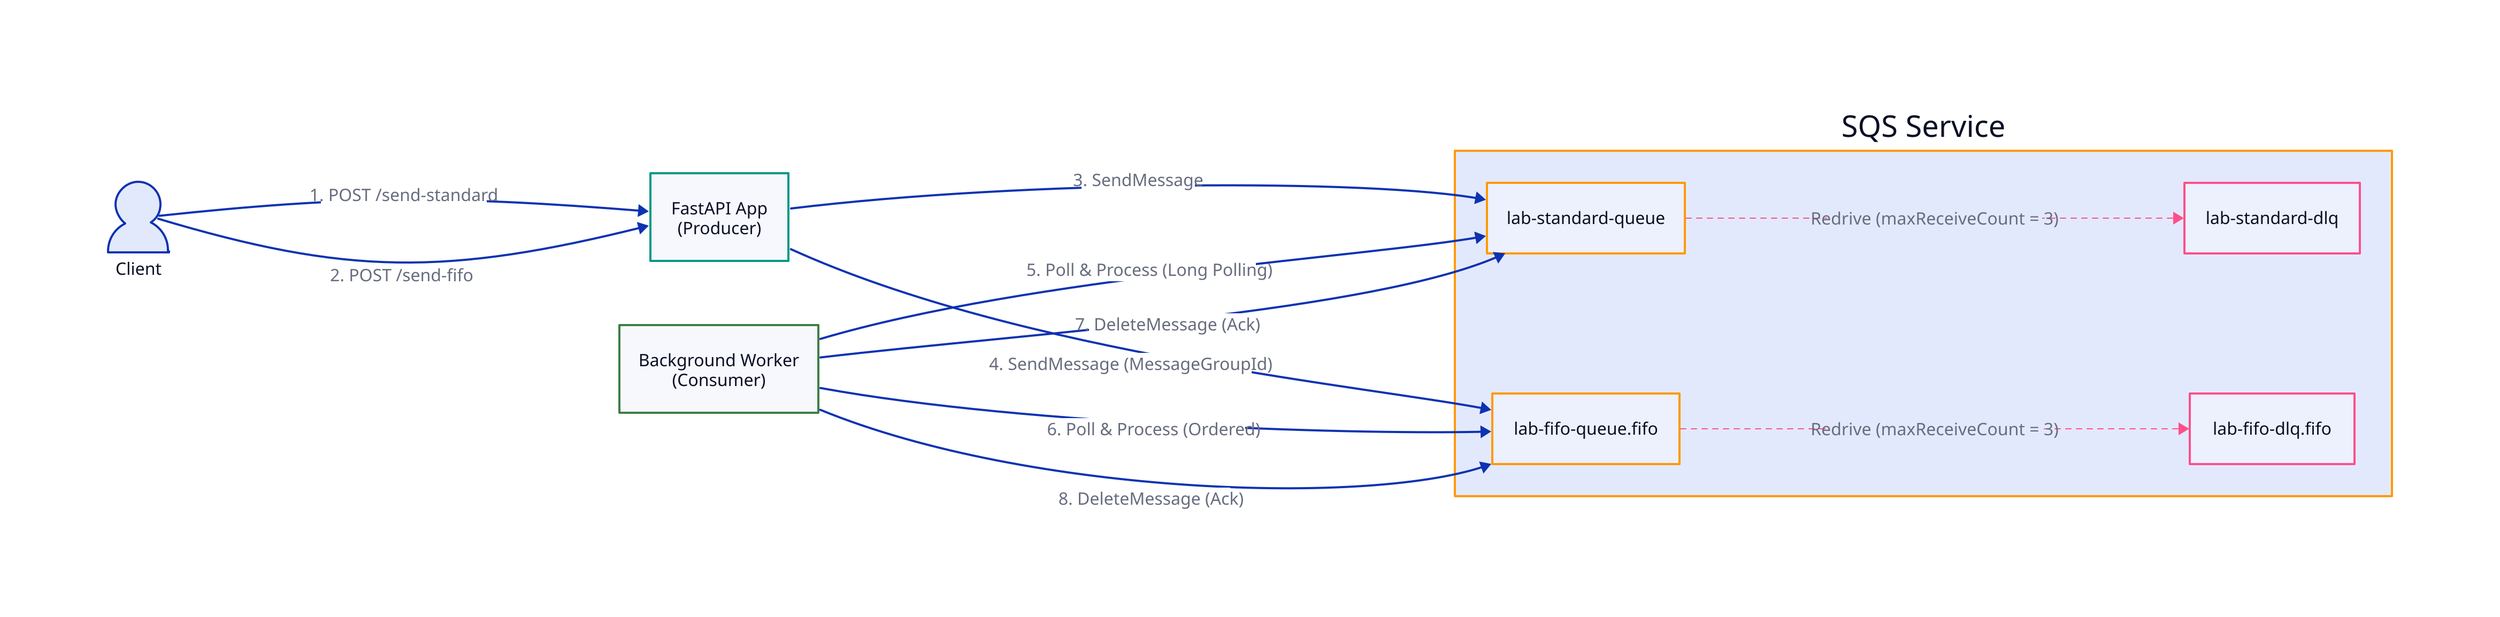
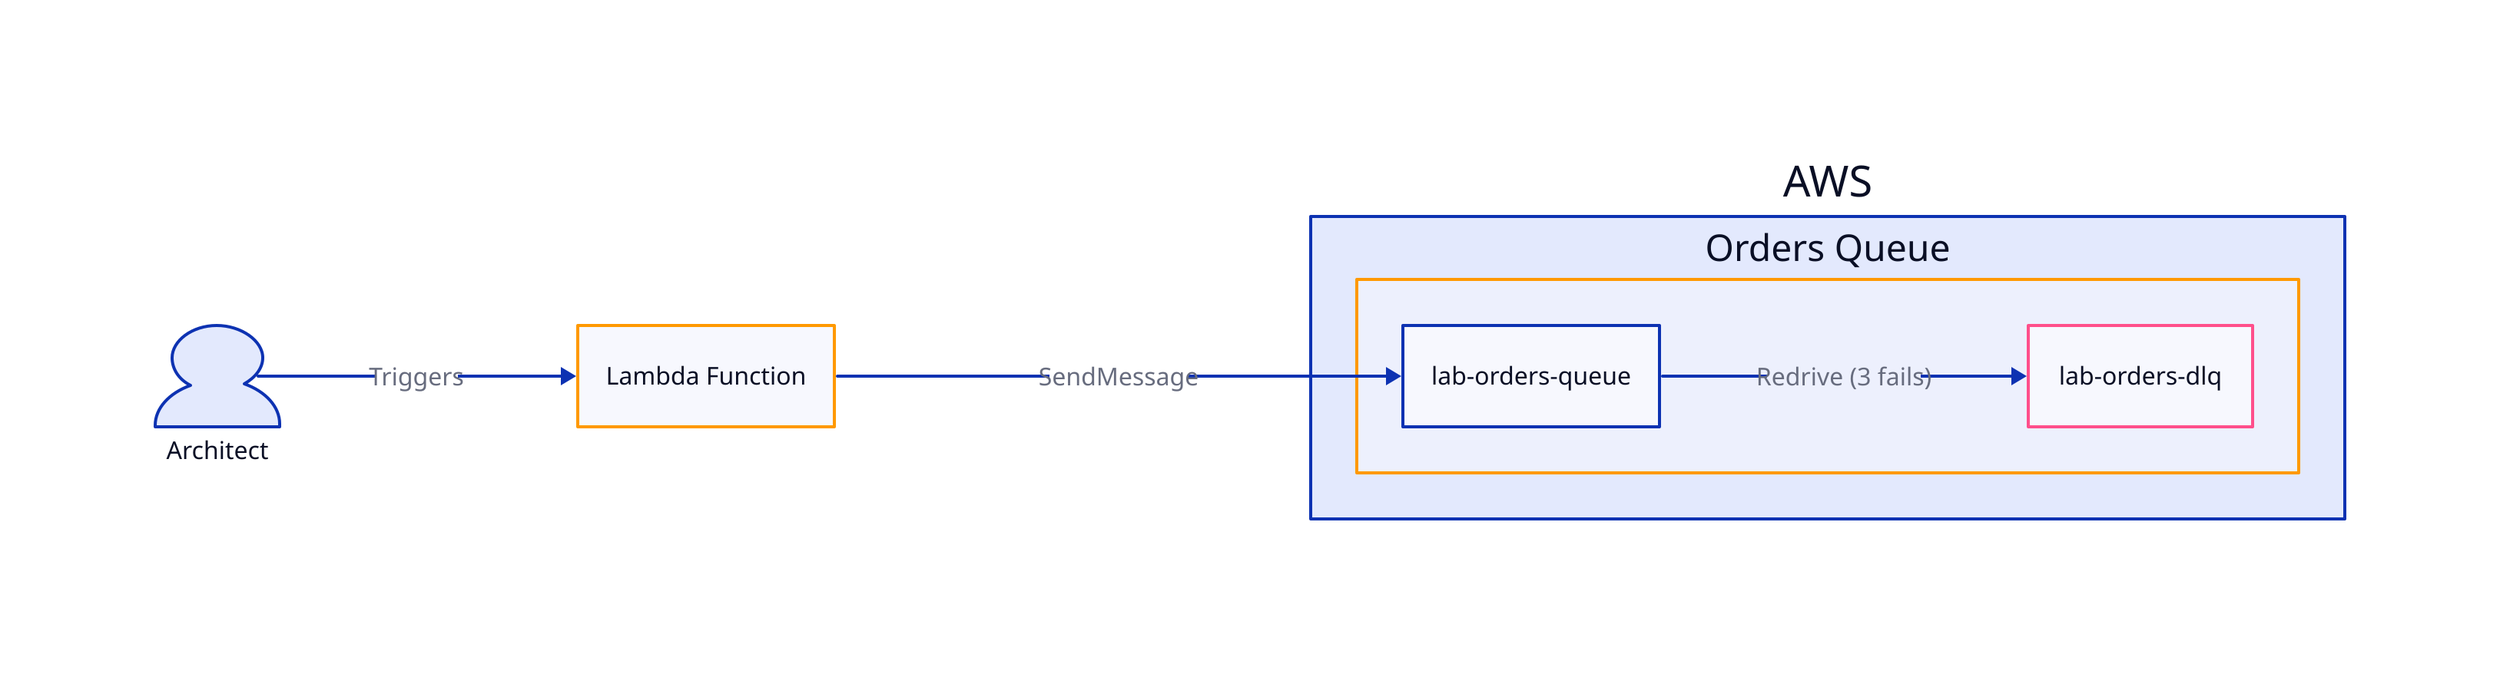
direction: right

- Client: Client {
-   shape: person
+ Lambda: Lambda Function {
+   style: { stroke: "#FF9900" }
}

- FastAPI: FastAPI Application {
-   label: "FastAPI App\n(Producer)"
-   style: { stroke: "#009688"; stroke-width: 2 }
- }
+ Cloud: AWS {
+   SQS: Orders Queue {
+     style: { stroke: "#FF9900"; stroke-width: 2 }

- SQS: SQS Service {
-   style: { stroke: "#FF9900"; stroke-width: 2 }
+     Queue: Standard Queue {
+       label: "lab-orders-queue"
+     }

-   Standard: Standard Queue {
-     label: "lab-standard-queue"
-     style: { stroke: "#FF9900" }
-   }
+     DLQ: Dead Letter Queue {
+       label: "lab-orders-dlq"
+       style: { stroke: "#FF4F8B" }
+     }

-   StandardDLQ: Standard DLQ {
-     label: "lab-standard-dlq"
-     style: { stroke: "#FF4F8B" }
-   }
- 
-   FIFO: FIFO Queue {
-     label: "lab-fifo-queue.fifo"
-     style: { stroke: "#FF9900" }
-   }
- 
-   FIFODLQ: FIFO DLQ {
-     label: "lab-fifo-dlq.fifo"
-     style: { stroke: "#FF4F8B" }
-   }
- 
-   Standard -> StandardDLQ: Redrive (maxReceiveCount = 3) {
-     style: { stroke: "#FF4F8B"; stroke-width: 1; stroke-dash: 5 }
-   }
-   FIFO -> FIFODLQ: Redrive (maxReceiveCount = 3) {
-     style: { stroke: "#FF4F8B"; stroke-width: 1; stroke-dash: 5 }
+     Queue -> DLQ: Redrive (3 fails)
  }
}

- Worker: Python Worker {
-   label: "Background Worker\n(Consumer)"
-   style: { stroke: "#3F7E44"; stroke-width: 2 }
- }
- 
- Client -> FastAPI: 1. POST /send-standard
- Client -> FastAPI: 2. POST /send-fifo
- 
- FastAPI -> SQS.Standard: 3. SendMessage
- FastAPI -> SQS.FIFO: 4. SendMessage (MessageGroupId)
- 
- Worker -> SQS.Standard: 5. Poll & Process (Long Polling)
- Worker -> SQS.FIFO: 6. Poll & Process (Ordered)
- 
- Worker -> SQS.Standard: 7. DeleteMessage (Ack)
- Worker -> SQS.FIFO: 8. DeleteMessage (Ack)
+ Lambda -> Cloud.SQS.Queue: SendMessage
+ User: Architect { shape: person }
+ User -> Lambda: Triggers
